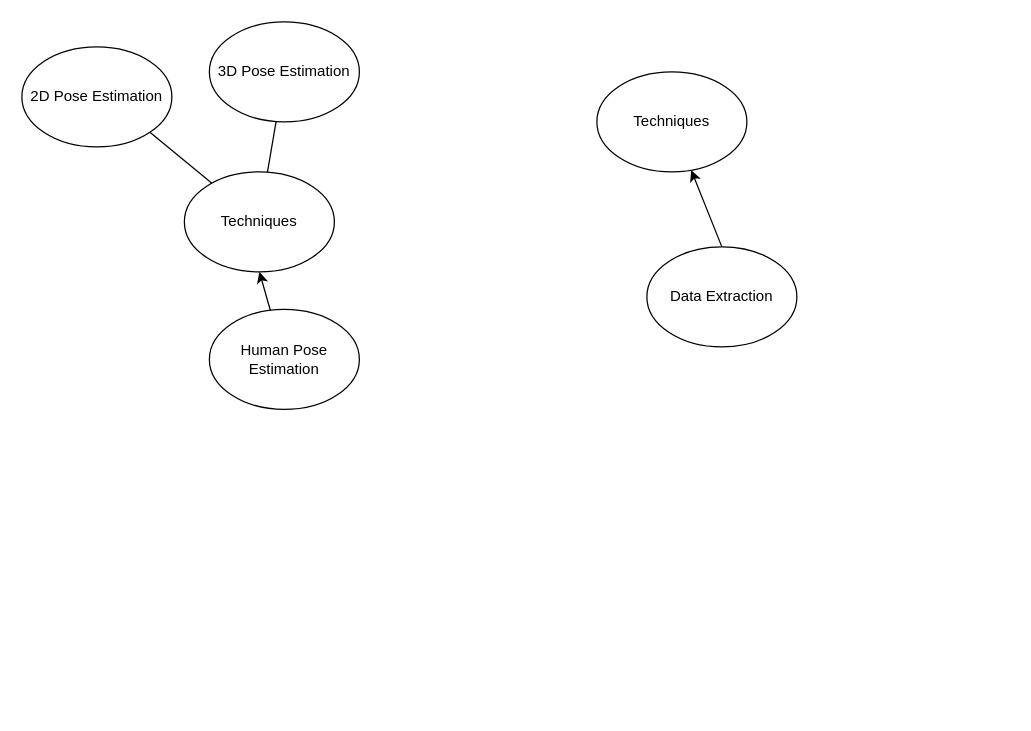
Earlier version of the draw.io diagram Diagrams/Untitled Diagram.drawio (vish84725/Research_Artifacts). Source tidied: cells renumbered, new cells numbered last; positions are measured from the earlier drawing's top-left corner, leaving out a move shared by most shapes. Both pictures are drawn from the tidied source at 125%, with x=0, y=0 at pixel (21, 21).
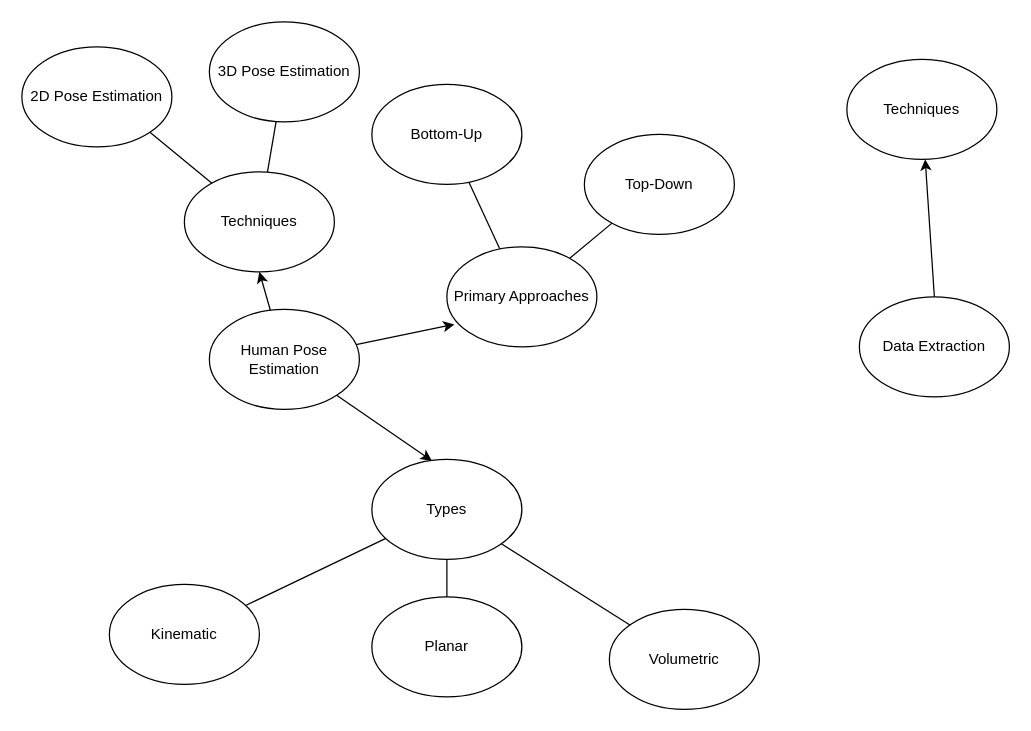
After the change.

Unchanged cells that the change refers to:
```xml
<mxCell id="5" value="Human Pose Estimation" style="ellipse;whiteSpace=wrap;html=1;" parent="1" vertex="1">
  <mxGeometry x="150" y="230" width="120" height="80" as="geometry" />
</mxCell>
```

What changed in the source:
```diff
@@
     <mxCell id="2" value="Data Extraction" style="ellipse;whiteSpace=wrap;html=1;" parent="1" vertex="1">
-      <mxGeometry x="500" y="180" width="120" height="80" as="geometry" />
+      <mxGeometry x="670" y="220" width="120" height="80" as="geometry" />
     </mxCell>
     <mxCell id="3" value="Techniques" style="ellipse;whiteSpace=wrap;html=1;" parent="1" vertex="1">
-      <mxGeometry x="460" y="40" width="120" height="80" as="geometry" />
+      <mxGeometry x="660" y="30" width="120" height="80" as="geometry" />
     </mxCell>
@@
+    <mxCell id="12" value="Types" style="ellipse;whiteSpace=wrap;html=1;" parent="1" vertex="1">
+      <mxGeometry x="280" y="350" width="120" height="80" as="geometry" />
+    </mxCell>
+    <mxCell id="13" style="endArrow=classic;html=1;rounded=0;entryX=0.4;entryY=0.013;entryDx=0;entryDy=0;entryPerimeter=0;" parent="1" edge="1" source="5" target="12">
+      <mxGeometry relative="1" as="geometry" />
+    </mxCell>
+    <mxCell id="14" value="Kinematic" style="ellipse;whiteSpace=wrap;html=1;" parent="1" vertex="1">
+      <mxGeometry x="70" y="450" width="120" height="80" as="geometry" />
+    </mxCell>
+    <mxCell id="15" value="Planar" style="ellipse;whiteSpace=wrap;html=1;" parent="1" vertex="1">
+      <mxGeometry x="280" y="460" width="120" height="80" as="geometry" />
+    </mxCell>
+    <mxCell id="16" value="Volumetric" style="ellipse;whiteSpace=wrap;html=1;" parent="1" vertex="1">
+      <mxGeometry x="470" y="470" width="120" height="80" as="geometry" />
+    </mxCell>
+    <mxCell id="17" style="endArrow=none;html=1;rounded=0;" parent="1" edge="1" source="14" target="12">
+      <mxGeometry relative="1" as="geometry" />
+    </mxCell>
+    <mxCell id="18" style="endArrow=none;html=1;rounded=0;" parent="1" edge="1" source="15" target="12">
+      <mxGeometry relative="1" as="geometry" />
+    </mxCell>
+    <mxCell id="19" style="endArrow=none;html=1;rounded=0;" parent="1" edge="1" source="12" target="16">
+      <mxGeometry relative="1" as="geometry" />
+    </mxCell>
+    <mxCell id="20" value="Primary Approaches" style="ellipse;whiteSpace=wrap;html=1;" parent="1" vertex="1">
+      <mxGeometry x="340" y="180" width="120" height="80" as="geometry" />
+    </mxCell>
+    <mxCell id="21" style="endArrow=classic;html=1;rounded=0;entryX=0.05;entryY=0.775;entryDx=0;entryDy=0;entryPerimeter=0;" parent="1" edge="1" source="5" target="20">
+      <mxGeometry relative="1" as="geometry" />
+    </mxCell>
+    <mxCell id="22" value="Bottom-Up" style="ellipse;whiteSpace=wrap;html=1;" parent="1" vertex="1">
+      <mxGeometry x="280" y="50" width="120" height="80" as="geometry" />
+    </mxCell>
+    <mxCell id="23" value="Top-Down" style="ellipse;whiteSpace=wrap;html=1;" parent="1" vertex="1">
+      <mxGeometry x="450" y="90" width="120" height="80" as="geometry" />
+    </mxCell>
+    <mxCell id="24" style="endArrow=none;html=1;rounded=0;" parent="1" edge="1" source="20" target="23">
+      <mxGeometry relative="1" as="geometry" />
+    </mxCell>
+    <mxCell id="25" style="endArrow=none;html=1;rounded=0;" parent="1" edge="1" source="20" target="22">
+      <mxGeometry relative="1" as="geometry" />
+    </mxCell>
```
